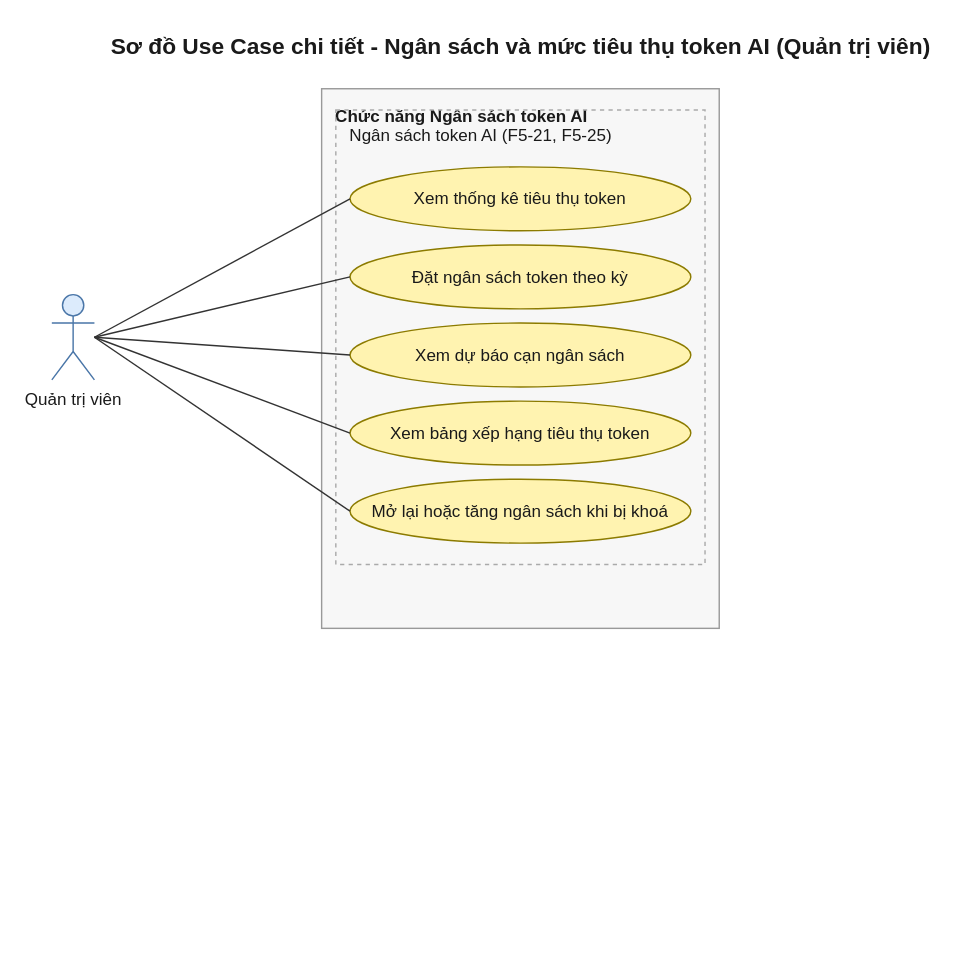
This is 08-diagram/usecase/admin/usecase_admin_ngan_sach_token_ai.drawio from daiphu1801/PRJ_ALGOPREP, a draw.io file, before an edit. Source tidied: cells renumbered, new cells numbered last; positions are measured from the earlier drawing's top-left corner, leaving out a move shared by most shapes. Both pictures are drawn from the tidied source at 142%, with x=0, y=0 at pixel (51, 24).
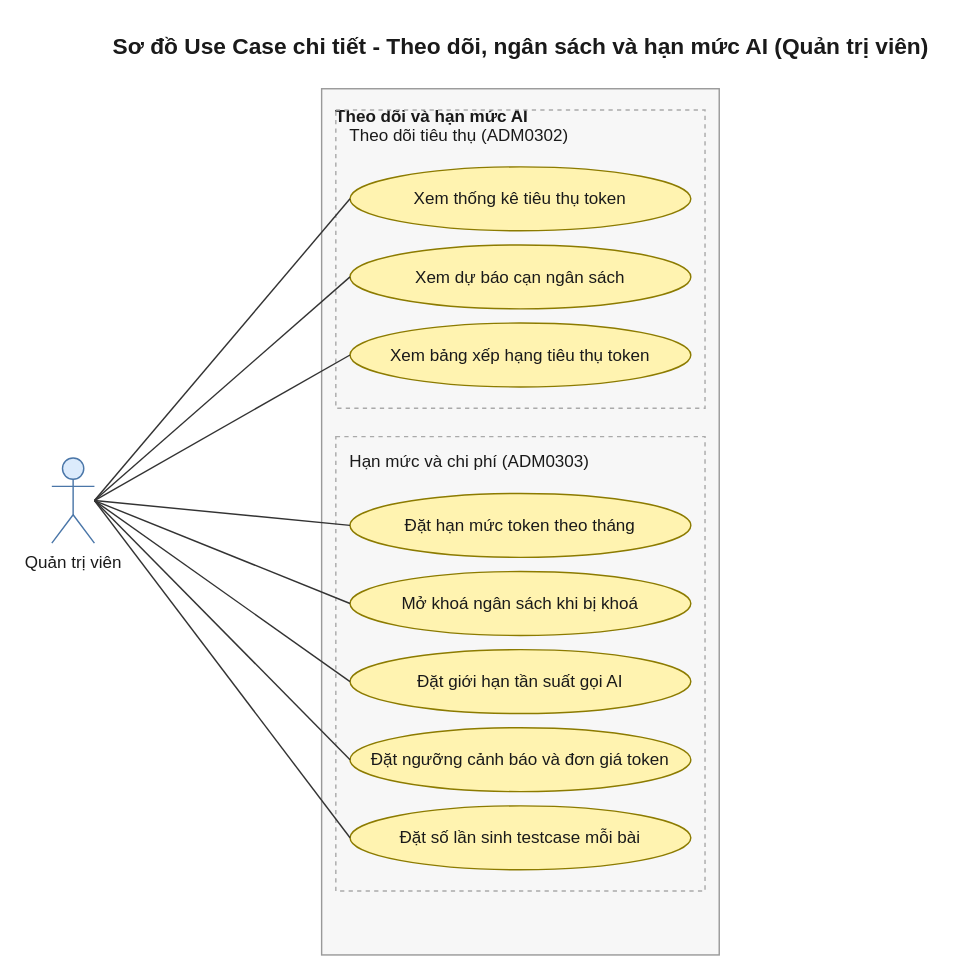
Above is the later version.

The change refers to these unchanged cells:
```xml
<mxCell id="5" value="Xem thống kê tiêu thụ token" style="ellipse;whiteSpace=wrap;html=1;fillColor=#FFF3B0;strokeColor=#8C7B00;fontColor=#1A1A1A;" parent="1" vertex="1">
  <mxGeometry x="210" y="100" width="240" height="45" as="geometry" />
</mxCell>
```

Change to the diagram source:
```diff
@@
-    <mxCell id="2" value="Chức năng Ngân sách token AI" style="rounded=0;whiteSpace=wrap;html=1;fillColor=#F7F7F7;strokeColor=#999999;verticalAlign=top;align=left;spacingLeft=8;spacingTop=6;fontColor=#1A1A1A;fontStyle=1;" parent="1" vertex="1">
-      <mxGeometry x="190" y="45" width="280" height="380" as="geometry" />
+    <mxCell id="2" value="Theo dõi và hạn mức AI" style="rounded=0;whiteSpace=wrap;html=1;fillColor=#F7F7F7;strokeColor=#999999;verticalAlign=top;align=left;spacingLeft=8;spacingTop=6;fontColor=#1A1A1A;fontStyle=1;" parent="1" vertex="1">
+      <mxGeometry x="190" y="45" width="280" height="610" as="geometry" />
     </mxCell>
-    <mxCell id="3" value="Sơ đồ Use Case chi tiết - Ngân sách và mức tiêu thụ token AI (Quản trị viên)" style="text;html=1;fontSize=16;fontStyle=1;align=center;verticalAlign=middle;fontColor=#1A1A1A;" parent="1" vertex="1">
+    <mxCell id="3" value="Sơ đồ Use Case chi tiết - Theo dõi, ngân sách và hạn mức AI (Quản trị viên)" style="text;html=1;fontSize=16;fontStyle=1;align=center;verticalAlign=middle;fontColor=#1A1A1A;" parent="1" vertex="1">
       <mxGeometry x="190" width="280" height="30" as="geometry" />
     </mxCell>
-    <mxCell id="4" value="Ngân sách token AI (F5-21, F5-25)" style="rounded=0;dashed=1;whiteSpace=wrap;html=1;fillColor=none;strokeColor=#AAAAAA;verticalAlign=top;align=left;spacingLeft=8;spacingTop=4;fontColor=#1A1A1A;" parent="1" vertex="1">
-      <mxGeometry x="200" y="60" width="260" height="320" as="geometry" />
+    <mxCell id="4" value="Theo dõi tiêu thụ (ADM0302)" style="rounded=0;dashed=1;whiteSpace=wrap;html=1;fillColor=none;strokeColor=#AAAAAA;verticalAlign=top;align=left;spacingLeft=8;spacingTop=4;fontColor=#1A1A1A;" parent="1" vertex="1">
+      <mxGeometry x="200" y="60" width="260" height="210" as="geometry" />
     </mxCell>
@@
-    <mxCell id="6" value="Đặt ngân sách token theo kỳ" style="ellipse;whiteSpace=wrap;html=1;fillColor=#FFF3B0;strokeColor=#8C7B00;fontColor=#1A1A1A;" parent="1" vertex="1">
+    <mxCell id="6" value="Xem dự báo cạn ngân sách" style="ellipse;whiteSpace=wrap;html=1;fillColor=#FFF3B0;strokeColor=#8C7B00;fontColor=#1A1A1A;" parent="1" vertex="1">
       <mxGeometry x="210" y="155" width="240" height="45" as="geometry" />
     </mxCell>
-    <mxCell id="7" value="Xem dự báo cạn ngân sách" style="ellipse;whiteSpace=wrap;html=1;fillColor=#FFF3B0;strokeColor=#8C7B00;fontColor=#1A1A1A;" parent="1" vertex="1">
+    <mxCell id="7" value="Xem bảng xếp hạng tiêu thụ token" style="ellipse;whiteSpace=wrap;html=1;fillColor=#FFF3B0;strokeColor=#8C7B00;fontColor=#1A1A1A;" parent="1" vertex="1">
       <mxGeometry x="210" y="210" width="240" height="45" as="geometry" />
     </mxCell>
-    <mxCell id="8" value="Xem bảng xếp hạng tiêu thụ token" style="ellipse;whiteSpace=wrap;html=1;fillColor=#FFF3B0;strokeColor=#8C7B00;fontColor=#1A1A1A;" parent="1" vertex="1">
-      <mxGeometry x="210" y="265" width="240" height="45" as="geometry" />
+    <mxCell id="8" value="Hạn mức và chi phí (ADM0303)" style="rounded=0;dashed=1;whiteSpace=wrap;html=1;fillColor=none;strokeColor=#AAAAAA;verticalAlign=top;align=left;spacingLeft=8;spacingTop=4;fontColor=#1A1A1A;" parent="1" vertex="1">
+      <mxGeometry x="200" y="290" width="260" height="320" as="geometry" />
     </mxCell>
-    <mxCell id="9" value="Mở lại hoặc tăng ngân sách khi bị khoá" style="ellipse;whiteSpace=wrap;html=1;fillColor=#FFF3B0;strokeColor=#8C7B00;fontColor=#1A1A1A;" parent="1" vertex="1">
-      <mxGeometry x="210" y="320" width="240" height="45" as="geometry" />
+    <mxCell id="9" value="Đặt hạn mức token theo tháng" style="ellipse;whiteSpace=wrap;html=1;fillColor=#FFF3B0;strokeColor=#8C7B00;fontColor=#1A1A1A;" parent="1" vertex="1">
+      <mxGeometry x="210" y="330" width="240" height="45" as="geometry" />
     </mxCell>
-    <mxCell id="10" value="Quản trị viên" style="shape=umlActor;verticalLabelPosition=bottom;verticalAlign=top;html=1;outlineConnect=0;fillColor=#DCEBFC;strokeColor=#4A76A8;fontColor=#1A1A1A;" parent="1" vertex="1">
-      <mxGeometry y="190" width="30" height="60" as="geometry" />
+    <mxCell id="10" value="Mở khoá ngân sách khi bị khoá" style="ellipse;whiteSpace=wrap;html=1;fillColor=#FFF3B0;strokeColor=#8C7B00;fontColor=#1A1A1A;" parent="1" vertex="1">
+      <mxGeometry x="210" y="385" width="240" height="45" as="geometry" />
     </mxCell>
-    <mxCell id="11" style="edgeStyle=none;html=1;endArrow=none;startArrow=none;strokeColor=#333333;exitX=1;exitY=0.5;exitDx=0;exitDy=0;entryX=0;entryY=0.5;entryDx=0;entryDy=0;" parent="1" edge="1" source="10" target="5">
-      <mxGeometry relative="1" as="geometry" />
-    </mxCell>
-    <mxCell id="12" style="edgeStyle=none;html=1;endArrow=none;startArrow=none;strokeColor=#333333;exitX=1;exitY=0.5;exitDx=0;exitDy=0;entryX=0;entryY=0.5;entryDx=0;entryDy=0;" parent="1" edge="1" source="10" target="6">
-      <mxGeometry relative="1" as="geometry" />
-    </mxCell>
-    <mxCell id="13" style="edgeStyle=none;html=1;endArrow=none;startArrow=none;strokeColor=#333333;exitX=1;exitY=0.5;exitDx=0;exitDy=0;entryX=0;entryY=0.5;entryDx=0;entryDy=0;" parent="1" edge="1" source="10" target="7">
-      <mxGeometry relative="1" as="geometry" />
-    </mxCell>
-    <mxCell id="14" style="edgeStyle=none;html=1;endArrow=none;startArrow=none;strokeColor=#333333;exitX=1;exitY=0.5;exitDx=0;exitDy=0;entryX=0;entryY=0.5;entryDx=0;entryDy=0;" parent="1" edge="1" source="10" target="8">
-      <mxGeometry relative="1" as="geometry" />
-    </mxCell>
+    <mxCell id="16" value="Đặt giới hạn tần suất gọi AI" style="ellipse;whiteSpace=wrap;html=1;fillColor=#FFF3B0;strokeColor=#8C7B00;fontColor=#1A1A1A;" parent="1" vertex="1">
+      <mxGeometry x="210" y="440" width="240" height="45" as="geometry" />
+    </mxCell>
+    <mxCell id="17" value="Đặt ngưỡng cảnh báo và đơn giá token" style="ellipse;whiteSpace=wrap;html=1;fillColor=#FFF3B0;strokeColor=#8C7B00;fontColor=#1A1A1A;" parent="1" vertex="1">
+      <mxGeometry x="210" y="495" width="240" height="45" as="geometry" />
+    </mxCell>
+    <mxCell id="18" value="Đặt số lần sinh testcase mỗi bài" style="ellipse;whiteSpace=wrap;html=1;fillColor=#FFF3B0;strokeColor=#8C7B00;fontColor=#1A1A1A;" parent="1" vertex="1">
+      <mxGeometry x="210" y="550" width="240" height="45" as="geometry" />
+    </mxCell>
+    <mxCell id="19" value="Quản trị viên" style="shape=umlActor;verticalLabelPosition=bottom;verticalAlign=top;html=1;outlineConnect=0;fillColor=#DCEBFC;strokeColor=#4A76A8;fontColor=#1A1A1A;" parent="1" vertex="1">
+      <mxGeometry y="305" width="30" height="60" as="geometry" />
+    </mxCell>
-    <mxCell id="15" style="edgeStyle=none;html=1;endArrow=none;startArrow=none;strokeColor=#333333;exitX=1;exitY=0.5;exitDx=0;exitDy=0;entryX=0;entryY=0.5;entryDx=0;entryDy=0;" parent="1" edge="1" source="10" target="9">
+    <mxCell id="15" style="edgeStyle=none;html=1;endArrow=none;startArrow=none;strokeColor=#333333;exitX=1;exitY=0.5;exitDx=0;exitDy=0;entryX=0;entryY=0.5;entryDx=0;entryDy=0;" parent="1" edge="1" source="19" target="5">
       <mxGeometry relative="1" as="geometry" />
     </mxCell>
+    <mxCell id="20" style="edgeStyle=none;html=1;endArrow=none;startArrow=none;strokeColor=#333333;exitX=1;exitY=0.5;exitDx=0;exitDy=0;entryX=0;entryY=0.5;entryDx=0;entryDy=0;" parent="1" edge="1" source="19" target="6">
+      <mxGeometry relative="1" as="geometry" />
+    </mxCell>
+    <mxCell id="21" style="edgeStyle=none;html=1;endArrow=none;startArrow=none;strokeColor=#333333;exitX=1;exitY=0.5;exitDx=0;exitDy=0;entryX=0;entryY=0.5;entryDx=0;entryDy=0;" parent="1" edge="1" source="19" target="7">
+      <mxGeometry relative="1" as="geometry" />
+    </mxCell>
+    <mxCell id="22" style="edgeStyle=none;html=1;endArrow=none;startArrow=none;strokeColor=#333333;exitX=1;exitY=0.5;exitDx=0;exitDy=0;entryX=0;entryY=0.5;entryDx=0;entryDy=0;" parent="1" edge="1" source="19" target="9">
+      <mxGeometry relative="1" as="geometry" />
+    </mxCell>
+    <mxCell id="23" style="edgeStyle=none;html=1;endArrow=none;startArrow=none;strokeColor=#333333;exitX=1;exitY=0.5;exitDx=0;exitDy=0;entryX=0;entryY=0.5;entryDx=0;entryDy=0;" parent="1" edge="1" source="19" target="10">
+      <mxGeometry relative="1" as="geometry" />
+    </mxCell>
+    <mxCell id="24" style="edgeStyle=none;html=1;endArrow=none;startArrow=none;strokeColor=#333333;exitX=1;exitY=0.5;exitDx=0;exitDy=0;entryX=0;entryY=0.5;entryDx=0;entryDy=0;" parent="1" edge="1" source="19" target="16">
+      <mxGeometry relative="1" as="geometry" />
+    </mxCell>
+    <mxCell id="25" style="edgeStyle=none;html=1;endArrow=none;startArrow=none;strokeColor=#333333;exitX=1;exitY=0.5;exitDx=0;exitDy=0;entryX=0;entryY=0.5;entryDx=0;entryDy=0;" parent="1" edge="1" source="19" target="17">
+      <mxGeometry relative="1" as="geometry" />
+    </mxCell>
+    <mxCell id="26" style="edgeStyle=none;html=1;endArrow=none;startArrow=none;strokeColor=#333333;exitX=1;exitY=0.5;exitDx=0;exitDy=0;entryX=0;entryY=0.5;entryDx=0;entryDy=0;" parent="1" edge="1" source="19" target="18">
+      <mxGeometry relative="1" as="geometry" />
+    </mxCell>
```
